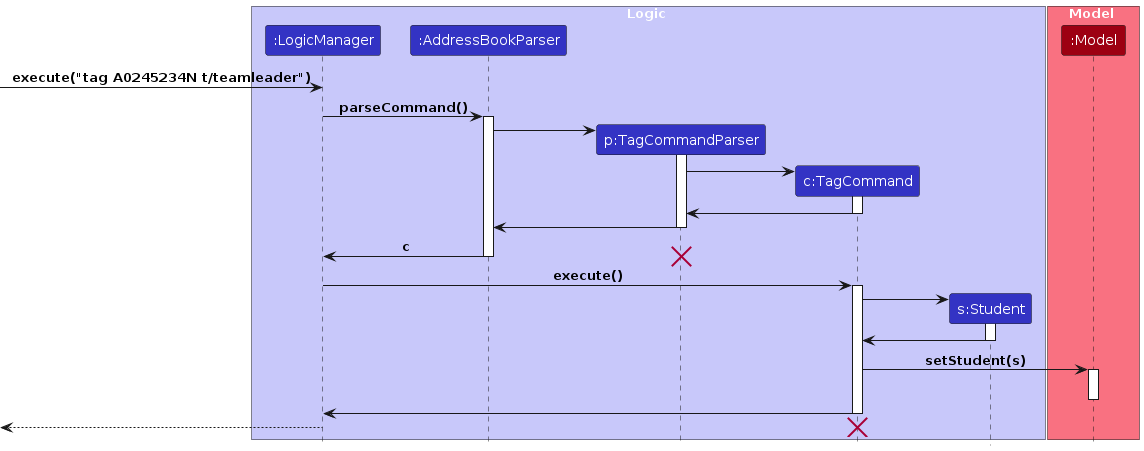
This is diagrams/TagCommand.png from AY2324S1-CS2103T-T11-1/tp, a PlantUML export, as it was before one commit. Its source is kept beside it as diagrams/TagCommand.puml.
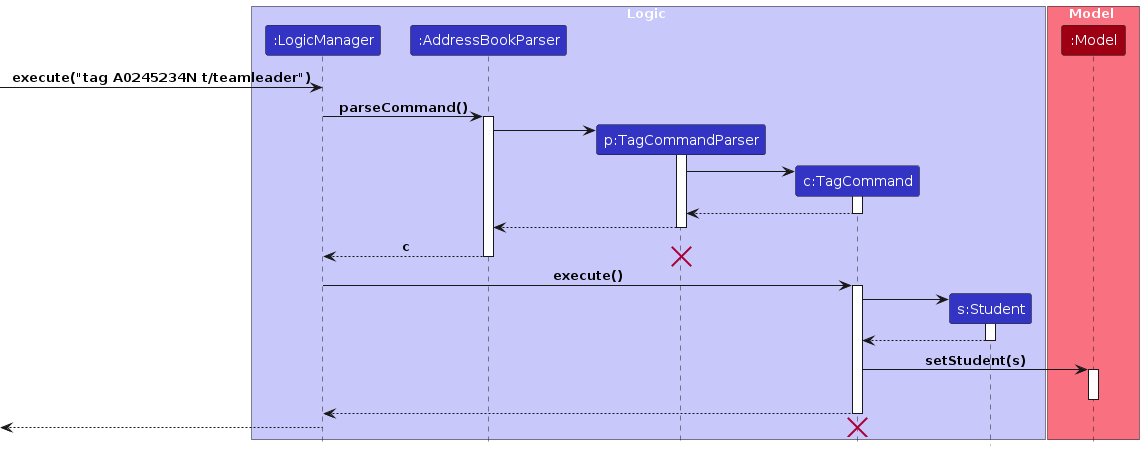
After the change.

Change to the diagram source:
```diff
@@ -26,13 +26,13 @@
 TagCommandParser -> TagCommand
 activate TagCommand
 
-TagCommand -> TagCommandParser
+TagCommand --> TagCommandParser
 deactivate TagCommand
 
-TagCommandParser -> AddressBookParser
+TagCommandParser --> AddressBookParser
 deactivate TagCommandParser
 
-AddressBookParser -> LogicManager : c
+AddressBookParser --> LogicManager : c
 deactivate AddressBookParser
 destroy TagCommandParser
 
@@ -43,14 +43,14 @@
 TagCommand -> Student
 activate Student
 
-Student -> TagCommand
+Student --> TagCommand
 deactivate Student
 
 TagCommand -> Model : setStudent(s)
 activate Model
 deactivate Model
 
-TagCommand -> LogicManager
+TagCommand --> LogicManager
 deactivate TagCommand
 
 [<--LogicManager
```
